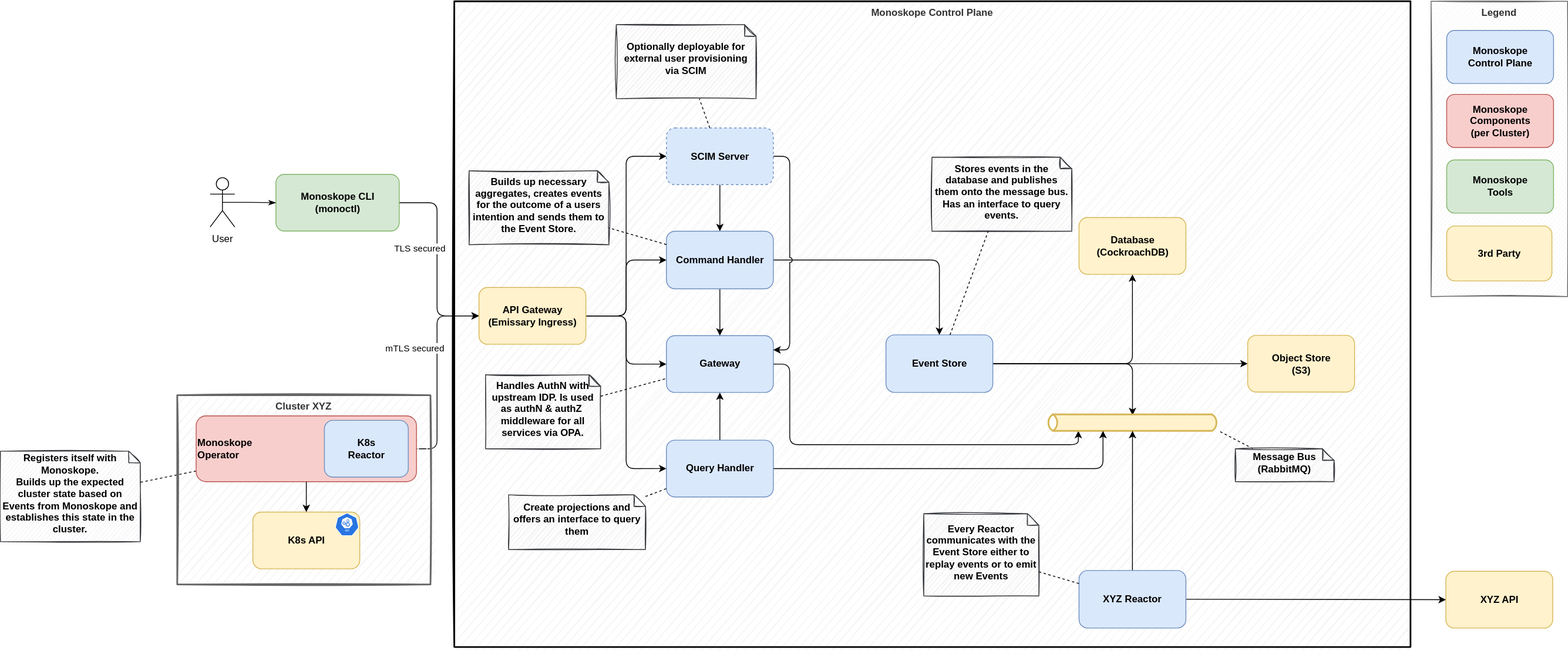
Before: docs/diagrams/00-monoskope-architecture.drawio.svg, a diagram exported from draw.io (finleap-connect/monoskope). Source tidied: cells renumbered, new cells last; positions are measured from the earlier drawing's top-left corner, leaving out a move shared by most shapes.
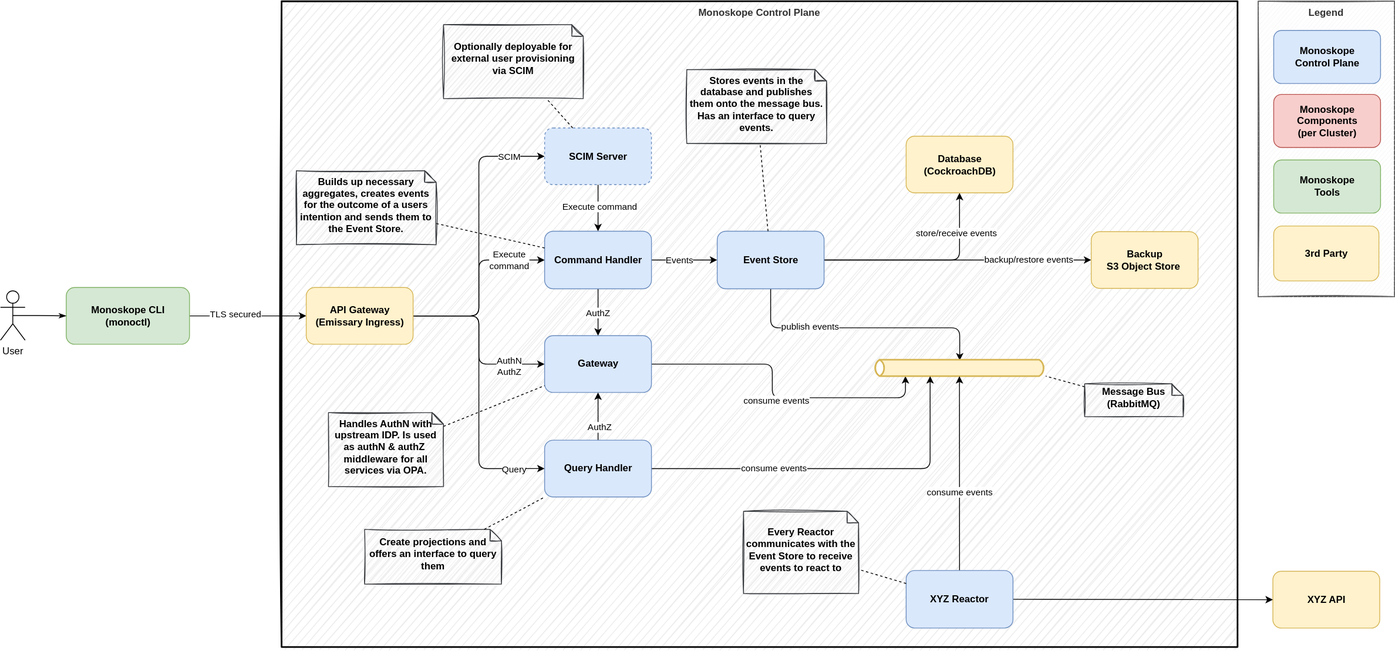
Above is the later version.

What changed in the source:
```diff
@@ -4,3 +4,3 @@
     <mxCell id="1" parent="0" />
-    <mxCell id="2" value="Monoskope Control Plane" style="rounded=0;whiteSpace=wrap;html=1;horizontal=1;verticalAlign=top;fontStyle=1;align=center;labelPosition=center;verticalLabelPosition=middle;strokeWidth=2;labelBackgroundColor=none;shadow=0;sketch=1;fillColor=#f5f5f5;strokeColor=default;fontColor=#333333;" parent="1" vertex="1">
+    <mxCell id="2" value="Monoskope Control Plane" style="rounded=0;whiteSpace=wrap;html=1;horizontal=1;verticalAlign=top;fontStyle=1;align=center;labelPosition=center;verticalLabelPosition=middle;strokeWidth=2;labelBackgroundColor=none;shadow=0;sketch=1;fillColor=#EDEDED;strokeColor=default;fontColor=#333333;fillStyle=hachure;" parent="1" vertex="1">
       <mxGeometry x="552" width="1163" height="785" as="geometry" />
@@ -10,4 +10,4 @@
         <Array as="points">
-          <mxPoint x="531" y="245" />
-          <mxPoint x="531" y="383" />
+          <mxPoint x="475" y="383" />
+          <mxPoint x="475" y="383" />
         </Array>
@@ -15,4 +15,9 @@
     </mxCell>
+    <mxCell id="51" value="TLS secured" style="edgeLabel;html=1;align=center;verticalAlign=middle;" parent="3" vertex="1">
+      <mxGeometry x="-0.23" y="3" relative="1" as="geometry">
+        <mxPoint y="1" as="offset" />
+      </mxGeometry>
+    </mxCell>
     <mxCell id="4" value="&lt;div&gt;Monoskope CLI&lt;/div&gt;&lt;div&gt;(monoctl)&lt;br&gt;&lt;/div&gt;" style="html=1;align=center;fillColor=#d5e8d4;strokeColor=#82b366;fontStyle=1;rounded=1;" parent="1" vertex="1">
-      <mxGeometry x="335" y="210.4" width="150" height="69" as="geometry" />
+      <mxGeometry x="290" y="348" width="150" height="69" as="geometry" />
     </mxCell>
@@ -21,5 +26,5 @@
         <Array as="points">
-          <mxPoint x="960" y="441" />
-          <mxPoint x="960" y="539" />
-          <mxPoint x="1311" y="539" />
+          <mxPoint x="1149" y="441" />
+          <mxPoint x="1149" y="482" />
+          <mxPoint x="1311" y="482" />
         </Array>
@@ -27,4 +32,7 @@
     </mxCell>
+    <mxCell id="78" value="consume events" style="edgeLabel;html=1;align=center;verticalAlign=middle;" parent="5" vertex="1">
+      <mxGeometry x="0.02" y="-3" relative="1" as="geometry" />
+    </mxCell>
     <mxCell id="6" value="&lt;div&gt;Gateway&lt;/div&gt;" style="html=1;align=center;fillColor=#dae8fc;strokeColor=#6c8ebf;fontStyle=1;rounded=1;" parent="1" vertex="1">
-      <mxGeometry x="810" y="406.6" width="130" height="69" as="geometry" />
+      <mxGeometry x="872" y="406.6" width="130" height="69" as="geometry" />
     </mxCell>
@@ -33,2 +41,5 @@
     </mxCell>
+    <mxCell id="79" value="store/receive events" style="edgeLabel;html=1;align=center;verticalAlign=middle;" parent="7" vertex="1">
+      <mxGeometry x="0.61" y="4" relative="1" as="geometry" />
+    </mxCell>
     <mxCell id="8" style="edgeStyle=orthogonalEdgeStyle;shape=connector;rounded=1;jumpStyle=arc;jettySize=auto;html=1;labelBackgroundColor=default;fontFamily=Helvetica;fontSize=11;fontColor=default;endArrow=classic;strokeColor=default;" parent="1" edge="1" source="10" target="49">
@@ -36,9 +47,20 @@
     </mxCell>
+    <mxCell id="80" value="backup/restore events" style="edgeLabel;html=1;align=center;verticalAlign=middle;" parent="8" vertex="1">
+      <mxGeometry x="0.53" y="1" relative="1" as="geometry" />
+    </mxCell>
     <mxCell id="9" style="edgeStyle=orthogonalEdgeStyle;shape=connector;rounded=1;jumpStyle=arc;jettySize=auto;html=1;labelBackgroundColor=default;fontFamily=Helvetica;fontSize=11;fontColor=default;endArrow=classic;strokeColor=default;" parent="1" edge="1" source="10" target="22">
-      <mxGeometry relative="1" as="geometry" />
+      <mxGeometry relative="1" as="geometry">
+        <Array as="points">
+          <mxPoint x="1147" y="397" />
+          <mxPoint x="1377" y="397" />
+        </Array>
+      </mxGeometry>
     </mxCell>
+    <mxCell id="81" value="publish events" style="edgeLabel;html=1;align=center;verticalAlign=middle;" parent="9" vertex="1">
+      <mxGeometry x="-0.4" y="2" relative="1" as="geometry" />
+    </mxCell>
     <mxCell id="10" value="Event Store" style="html=1;align=center;fillColor=#dae8fc;strokeColor=#6c8ebf;fontStyle=1;rounded=1;" parent="1" vertex="1">
-      <mxGeometry x="1077" y="405.6" width="130" height="70" as="geometry" />
+      <mxGeometry x="1082" y="279.6" width="130" height="70" as="geometry" />
     </mxCell>
-    <mxCell id="11" style="edgeStyle=orthogonalEdgeStyle;jettySize=auto;html=1;entryX=0;entryY=0.5;entryDx=0;entryDy=0;" parent="1" edge="1" target="x">
+    <mxCell id="11" style="edgeStyle=orthogonalEdgeStyle;orthogonalLoop=1;jettySize=auto;html=1;entryX=0;entryY=0.5;entryDx=0;entryDy=0;" parent="1" edge="1">
       <mxGeometry relative="1" as="geometry">
@@ -51,3 +73,3 @@
     <mxCell id="13" value="User" style="shape=umlActor;verticalLabelPosition=bottom;labelBackgroundColor=#ffffff;verticalAlign=top;html=1;align=center;rounded=1;" parent="1" vertex="1">
-      <mxGeometry x="255" y="214.5" width="30" height="60" as="geometry" />
+      <mxGeometry x="210" y="352.1" width="30" height="60" as="geometry" />
     </mxCell>
@@ -75,3 +97,3 @@
     </mxCell>
-    <mxCell id="19" style="edgeStyle=orthogonalEdgeStyle;jumpStyle=none;jettySize=auto;html=1;entryX=0;entryY=0.5;entryDx=0;entryDy=0;endArrow=classic;endFill=1;" parent="1" edge="1" target="x">
+    <mxCell id="19" style="edgeStyle=orthogonalEdgeStyle;jumpStyle=none;orthogonalLoop=1;jettySize=auto;html=1;entryX=0;entryY=0.5;entryDx=0;entryDy=0;endArrow=classic;endFill=1;" parent="1" edge="1">
       <mxGeometry relative="1" as="geometry">
@@ -80,3 +102,3 @@
     </mxCell>
-    <mxCell id="20" style="edgeStyle=orthogonalEdgeStyle;jettySize=auto;html=1;entryX=0;entryY=0.5;entryDx=0;entryDy=0;" parent="1" edge="1" target="x">
+    <mxCell id="20" style="edgeStyle=orthogonalEdgeStyle;orthogonalLoop=1;jettySize=auto;html=1;entryX=0;entryY=0.5;entryDx=0;entryDy=0;" parent="1" edge="1">
       <mxGeometry relative="1" as="geometry">
@@ -85,3 +107,3 @@
     </mxCell>
-    <mxCell id="21" style="edgeStyle=orthogonalEdgeStyle;jettySize=auto;html=1;entryX=0;entryY=0.5;entryDx=0;entryDy=0;" parent="1" edge="1" target="x">
+    <mxCell id="21" style="edgeStyle=orthogonalEdgeStyle;orthogonalLoop=1;jettySize=auto;html=1;entryX=0;entryY=0.5;entryDx=0;entryDy=0;" parent="1" edge="1">
       <mxGeometry relative="1" as="geometry">
@@ -91,3 +113,3 @@
     <mxCell id="22" style="html=1;outlineConnect=0;gradientDirection=north;strokeWidth=2;shape=mxgraph.networks.bus;gradientDirection=north;perimeter=backbonePerimeter;backboneSize=20;rotation=-180;fillColor=#fff2cc;shadow=0;strokeColor=#d6b656;rounded=1;" parent="1" vertex="1">
-      <mxGeometry x="1272" y="504" width="209.7" height="16.5" as="geometry" />
+      <mxGeometry x="1271.7" y="437.5" width="210" height="16.5" as="geometry" />
     </mxCell>
@@ -97,3 +119,3 @@
     <mxCell id="24" value="Handles AuthN with upstream IDP. Is used as authN &amp;amp; authZ&amp;nbsp;&lt;br&gt;middleware for all services via OPA." style="shape=note;whiteSpace=wrap;html=1;size=14;verticalAlign=middle;align=center;spacingTop=-6;rounded=1;fontStyle=1;fillColor=#eeeeee;strokeColor=#36393d;sketch=1;" parent="1" vertex="1">
-      <mxGeometry x="590" y="454" width="140" height="90" as="geometry" />
+      <mxGeometry x="609" y="500" width="140" height="90" as="geometry" />
     </mxCell>
@@ -102,2 +124,7 @@
     </mxCell>
+    <mxCell id="82" value="consume events" style="edgeLabel;html=1;align=center;verticalAlign=middle;" parent="25" vertex="1">
+      <mxGeometry x="-0.2" relative="1" as="geometry">
+        <mxPoint y="-1" as="offset" />
+      </mxGeometry>
+    </mxCell>
     <mxCell id="26" style="edgeStyle=orthogonalEdgeStyle;shape=connector;rounded=1;jumpStyle=arc;jettySize=auto;html=1;labelBackgroundColor=default;fontFamily=Helvetica;fontSize=11;fontColor=default;endArrow=classic;strokeColor=default;" parent="1" edge="1" source="27" target="23">
@@ -108,4 +135,4 @@
     </mxCell>
-    <mxCell id="28" value="Every Reactor communicates with the Event Store either to replay events or to emit new Events" style="shape=note;whiteSpace=wrap;html=1;size=14;verticalAlign=middle;align=center;spacingTop=-6;rounded=1;fillColor=#eeeeee;strokeColor=#36393d;fontStyle=1;sketch=1;" parent="1" vertex="1">
-      <mxGeometry x="1123" y="623" width="140" height="100" as="geometry" />
+    <mxCell id="28" value="Every Reactor communicates with the Event Store to receive events to react to" style="shape=note;whiteSpace=wrap;html=1;size=14;verticalAlign=middle;align=center;spacingTop=-6;rounded=1;fillColor=#eeeeee;strokeColor=#36393d;fontStyle=1;sketch=1;" parent="1" vertex="1">
+      <mxGeometry x="1114" y="620" width="140" height="100" as="geometry" />
     </mxCell>
@@ -117,2 +144,5 @@
     </mxCell>
+    <mxCell id="83" value="AuthZ" style="edgeLabel;html=1;align=center;verticalAlign=middle;" parent="30" vertex="1">
+      <mxGeometry x="-0.46" y="-1" relative="1" as="geometry" />
+    </mxCell>
     <mxCell id="31" style="edgeStyle=orthogonalEdgeStyle;shape=connector;rounded=1;jumpStyle=arc;jettySize=auto;html=1;labelBackgroundColor=default;fontFamily=Helvetica;fontSize=11;fontColor=default;endArrow=classic;strokeColor=default;" parent="1" edge="1" source="32" target="22">
@@ -124,10 +154,13 @@
     </mxCell>
+    <mxCell id="84" value="consume events" style="edgeLabel;html=1;align=center;verticalAlign=middle;" parent="31" vertex="1">
+      <mxGeometry x="-0.35" y="1" relative="1" as="geometry" />
+    </mxCell>
     <mxCell id="32" value="Query Handler" style="html=1;align=center;fillColor=#dae8fc;strokeColor=#6c8ebf;fontStyle=1;rounded=1;" parent="1" vertex="1">
-      <mxGeometry x="810" y="533.6" width="130" height="69" as="geometry" />
+      <mxGeometry x="872" y="533.6" width="130" height="69" as="geometry" />
     </mxCell>
     <mxCell id="33" value="Database&lt;br&gt;(CockroachDB)" style="html=1;align=center;fillColor=#fff2cc;strokeColor=#d6b656;fontStyle=1;rounded=1;" parent="1" vertex="1">
-      <mxGeometry x="1311.8" y="263" width="130" height="69" as="geometry" />
+      <mxGeometry x="1311.8" y="164" width="130" height="69" as="geometry" />
     </mxCell>
     <mxCell id="34" value="Create projections and offers an interface to query them" style="shape=note;whiteSpace=wrap;html=1;size=14;verticalAlign=middle;align=center;spacingTop=-6;rounded=1;fillColor=#eeeeee;strokeColor=#36393d;fontStyle=1;sketch=1;" parent="1" vertex="1">
-      <mxGeometry x="618" y="600" width="166.5" height="66.6" as="geometry" />
+      <mxGeometry x="653" y="642" width="166.5" height="66.6" as="geometry" />
     </mxCell>
@@ -136,3 +169,3 @@
     </mxCell>
-    <mxCell id="36" style="edgeStyle=orthogonalEdgeStyle;rounded=1;jumpStyle=arc;jettySize=auto;html=1;entryX=0.5;entryY=0;entryDx=0;entryDy=0;" parent="1" edge="1" source="38" target="6">
+    <mxCell id="36" value="AuthZ" style="edgeStyle=orthogonalEdgeStyle;rounded=1;jumpStyle=arc;jettySize=auto;html=1;entryX=0.5;entryY=0;entryDx=0;entryDy=0;" parent="1" edge="1" source="38" target="6">
       <mxGeometry relative="1" as="geometry" />
@@ -142,4 +175,9 @@
     </mxCell>
+    <mxCell id="85" value="Events" style="edgeLabel;html=1;align=center;verticalAlign=middle;" parent="37" vertex="1">
+      <mxGeometry x="-0.23" y="-2" relative="1" as="geometry">
+        <mxPoint x="2" y="-2" as="offset" />
+      </mxGeometry>
+    </mxCell>
     <mxCell id="38" value="Command Handler" style="html=1;align=center;fillColor=#dae8fc;strokeColor=#6c8ebf;fontStyle=1;rounded=1;" parent="1" vertex="1">
-      <mxGeometry x="810" y="279.6" width="130" height="70" as="geometry" />
+      <mxGeometry x="872" y="279.6" width="130" height="70" as="geometry" />
     </mxCell>
@@ -149,3 +187,3 @@
     <mxCell id="40" value="Stores events in the database and publishes them onto the message bus. Has an interface to query events." style="shape=note;whiteSpace=wrap;html=1;size=14;verticalAlign=middle;align=center;spacingTop=-6;rounded=1;fillColor=#eeeeee;strokeColor=#36393d;fontStyle=1;sketch=1;" parent="1" vertex="1">
-      <mxGeometry x="1133" y="189.6" width="170" height="90" as="geometry" />
+      <mxGeometry x="1045" y="83" width="170" height="90" as="geometry" />
     </mxCell>
@@ -157,2 +195,7 @@
     </mxCell>
+    <mxCell id="86" value="SCIM" style="edgeLabel;html=1;align=center;verticalAlign=middle;" parent="42" vertex="1">
+      <mxGeometry x="0.76" y="3" relative="1" as="geometry">
+        <mxPoint x="-1" y="3" as="offset" />
+      </mxGeometry>
+    </mxCell>
     <mxCell id="43" style="edgeStyle=orthogonalEdgeStyle;rounded=1;jumpStyle=arc;jettySize=auto;html=1;entryX=0;entryY=0.5;entryDx=0;entryDy=0;" parent="1" edge="1" source="46" target="32">
@@ -160,2 +203,7 @@
     </mxCell>
+    <mxCell id="87" value="Query" style="edgeLabel;html=1;align=center;verticalAlign=middle;" parent="43" vertex="1">
+      <mxGeometry x="0.8" relative="1" as="geometry">
+        <mxPoint x="-3" as="offset" />
+      </mxGeometry>
+    </mxCell>
     <mxCell id="44" style="edgeStyle=orthogonalEdgeStyle;rounded=1;jumpStyle=arc;jettySize=auto;html=1;" parent="1" edge="1" source="46" target="38">
@@ -163,2 +211,7 @@
     </mxCell>
+    <mxCell id="88" value="Execute&lt;br&gt;command" style="edgeLabel;html=1;align=center;verticalAlign=middle;" parent="44" vertex="1">
+      <mxGeometry x="0.59" y="-4" relative="1" as="geometry">
+        <mxPoint x="3" y="-4" as="offset" />
+      </mxGeometry>
+    </mxCell>
     <mxCell id="45" style="edgeStyle=orthogonalEdgeStyle;rounded=1;jumpStyle=arc;jettySize=auto;html=1;" parent="1" edge="1" source="46" target="6">
@@ -166,2 +219,5 @@
     </mxCell>
+    <mxCell id="89" value="AuthN&lt;br&gt;AuthZ" style="edgeLabel;html=1;align=center;verticalAlign=middle;" parent="45" vertex="1">
+      <mxGeometry x="0.6" y="-2" relative="1" as="geometry" />
+    </mxCell>
     <mxCell id="46" value="&lt;div&gt;API Gateway&lt;/div&gt;&lt;div&gt;(Emissary Ingress)&lt;/div&gt;" style="html=1;align=center;fillColor=#fff2cc;strokeColor=#d6b656;fontStyle=1;rounded=1;" parent="1" vertex="1">
@@ -169,10 +225,4 @@
     </mxCell>
-    <mxCell id="47" value="&lt;div&gt;Registers itself with Monoskope.&lt;/div&gt;&lt;div&gt;Builds up the expected cluster state based on Events from Monoskope and establishes this state in the cluster.&lt;br&gt;&lt;/div&gt;" style="shape=note;whiteSpace=wrap;html=1;size=14;verticalAlign=middle;align=center;spacingTop=-6;rounded=1;fontStyle=1;labelBorderColor=none;labelBackgroundColor=none;fillColor=#eeeeee;strokeColor=#36393d;sketch=1;" parent="1" vertex="1">
-      <mxGeometry y="547" width="170" height="110" as="geometry" />
-    </mxCell>
-    <mxCell id="48" style="jettySize=auto;html=1;endArrow=none;endFill=0;dashed=1;" parent="1" edge="1" source="67" target="47">
-      <mxGeometry relative="1" as="geometry" />
-    </mxCell>
-    <mxCell id="49" value="&lt;div&gt;Object Store&lt;/div&gt;&lt;div&gt;(S3)&lt;/div&gt;" style="html=1;align=center;fillColor=#fff2cc;strokeColor=#d6b656;fontStyle=1;rounded=1;" parent="1" vertex="1">
-      <mxGeometry x="1517" y="406.1" width="130" height="69" as="geometry" />
+    <mxCell id="49" value="&lt;div&gt;Backup&lt;/div&gt;&lt;div&gt;S3 Object Store&amp;nbsp;&lt;br&gt;&lt;/div&gt;" style="html=1;align=center;fillColor=#fff2cc;strokeColor=#d6b656;fontStyle=1;rounded=1;" parent="1" vertex="1">
+      <mxGeometry x="1537" y="280.1" width="130" height="69" as="geometry" />
     </mxCell>
@@ -181,20 +231,3 @@
     </mxCell>
-    <mxCell id="51" value="TLS secured" style="edgeLabel;html=1;align=center;verticalAlign=middle;rounded=1;" parent="1" vertex="1">
-      <mxGeometry x="509" y="300.7" as="geometry" />
-    </mxCell>
-    <mxCell id="52" style="edgeStyle=orthogonalEdgeStyle;jettySize=auto;html=1;entryX=0;entryY=0.5;entryDx=0;entryDy=0;exitX=1;exitY=0.5;exitDx=0;exitDy=0;" parent="1" edge="1" source="67" target="46">
-      <mxGeometry relative="1" as="geometry">
-        <Array as="points">
-          <mxPoint x="531" y="544" />
-          <mxPoint x="531" y="383" />
-          <mxPoint x="582" y="383" />
-        </Array>
-      </mxGeometry>
-    </mxCell>
-    <mxCell id="53" value="mTLS secured" style="edgeLabel;html=1;align=center;verticalAlign=middle;rounded=1;" parent="52" vertex="1">
-      <mxGeometry x="0.24" y="4" relative="1" as="geometry">
-        <mxPoint x="-24" y="-1" as="offset" />
-      </mxGeometry>
-    </mxCell>
-    <mxCell id="54" style="group;fillColor=none;strokeColor=none;" parent="1" vertex="1">
+    <mxCell id="54" style="group;fillColor=none;strokeColor=default;" parent="1" vertex="1">
       <mxGeometry x="1740" width="166" height="359" as="geometry" />
@@ -219,29 +252,2 @@
     </mxCell>
-    <mxCell id="61" style="group;" parent="1" vertex="1">
-      <mxGeometry x="215" y="479" width="308" height="230" as="geometry" />
-    </mxCell>
-    <mxCell id="62" value="Cluster XYZ" style="rounded=0;whiteSpace=wrap;html=1;horizontal=1;verticalAlign=top;fontStyle=1;align=center;labelPosition=center;verticalLabelPosition=middle;strokeWidth=2;shadow=0;sketch=1;fillColor=#f5f5f5;strokeColor=#666666;fontColor=#333333;" parent="61" vertex="1">
-      <mxGeometry width="308" height="230" as="geometry" />
-    </mxCell>
-    <mxCell id="63" style="group;" parent="61" vertex="1">
-      <mxGeometry x="92" y="142" width="130" height="69" as="geometry" />
-    </mxCell>
-    <mxCell id="64" value="K8s API" style="html=1;align=center;fillColor=#fff2cc;strokeColor=#d6b656;fontStyle=1;rounded=1;" parent="63" vertex="1">
-      <mxGeometry width="130" height="69" as="geometry" />
-    </mxCell>
-    <mxCell id="65" style="html=1;dashed=0;whitespace=wrap;fillColor=#2875E2;strokeColor=#ffffff;shape=mxgraph.kubernetes.icon;prIcon=api;shadow=0;rounded=1;" parent="63" vertex="1">
-      <mxGeometry x="100" width="29" height="30" as="geometry" />
-    </mxCell>
-    <mxCell id="66" style="group;align=left;" parent="61" vertex="1">
-      <mxGeometry x="23" y="25" width="268" height="80" as="geometry" />
-    </mxCell>
-    <mxCell id="67" value="&lt;div&gt;Monoskope&lt;/div&gt;Operator" style="html=1;align=left;fillColor=#f8cecc;strokeColor=#b85450;fontStyle=1;rounded=1;" parent="66" vertex="1">
-      <mxGeometry width="268" height="80" as="geometry" />
-    </mxCell>
-    <mxCell id="68" value="&lt;div&gt;K8s&lt;/div&gt;&lt;div&gt;Reactor&lt;/div&gt;" style="html=1;align=center;fillColor=#dae8fc;strokeColor=#6c8ebf;fontStyle=1;rounded=1;" parent="66" vertex="1">
-      <mxGeometry x="156" y="5.5" width="102" height="69" as="geometry" />
-    </mxCell>
-    <mxCell id="69" style="edgeStyle=orthogonalEdgeStyle;jettySize=auto;html=1;" parent="61" edge="1" source="67" target="64">
-      <mxGeometry relative="1" as="geometry" />
-    </mxCell>
     <mxCell id="70" style="edgeStyle=orthogonalEdgeStyle;rounded=1;jumpStyle=arc;jettySize=auto;html=1;entryX=0.5;entryY=0;entryDx=0;entryDy=0;" parent="1" edge="1" source="72" target="38">
@@ -249,15 +255,10 @@
     </mxCell>
-    <mxCell id="71" style="edgeStyle=orthogonalEdgeStyle;shape=connector;rounded=1;jumpStyle=arc;jettySize=auto;html=1;entryX=1;entryY=0.25;entryDx=0;entryDy=0;labelBackgroundColor=default;fontFamily=Helvetica;fontSize=11;fontColor=default;endArrow=classic;strokeColor=default;" parent="1" edge="1" source="72" target="6">
-      <mxGeometry relative="1" as="geometry">
-        <Array as="points">
-          <mxPoint x="960" y="189" />
-          <mxPoint x="960" y="424" />
-        </Array>
-      </mxGeometry>
-    </mxCell>
+    <mxCell id="90" value="Execute command" style="edgeLabel;html=1;align=center;verticalAlign=middle;" parent="70" vertex="1">
+      <mxGeometry x="-0.08" y="1" relative="1" as="geometry" />
+    </mxCell>
     <mxCell id="72" value="SCIM Server" style="html=1;align=center;fillColor=#dae8fc;strokeColor=#6c8ebf;fontStyle=1;rounded=1;dashed=1;" parent="1" vertex="1">
-      <mxGeometry x="810" y="154" width="130" height="69" as="geometry" />
+      <mxGeometry x="872" y="154" width="130" height="69" as="geometry" />
     </mxCell>
     <mxCell id="73" value="Message Bus&lt;br&gt;&lt;div&gt;(RabbitMQ)&lt;/div&gt;" style="shape=note;whiteSpace=wrap;html=1;size=14;verticalAlign=middle;align=center;spacingTop=-6;rounded=1;fillColor=#eeeeee;strokeColor=#36393d;fontStyle=1;sketch=1;" parent="1" vertex="1">
-      <mxGeometry x="1502" y="544" width="120" height="40" as="geometry" />
+      <mxGeometry x="1529" y="465" width="120" height="40" as="geometry" />
     </mxCell>
```
